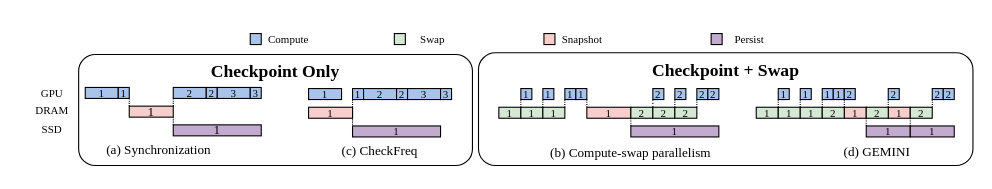
The draw.io diagram fig/pipeline_mot.drawio in icszhr/NCheck, before the edit. Source tidied: cells renumbered, new cells numbered last; positions are measured from the earlier drawing's top-left corner, leaving out a move shared by most shapes. Both pictures are drawn from the tidied source at 110%, with x=0, y=0 at pixel (19, 33).
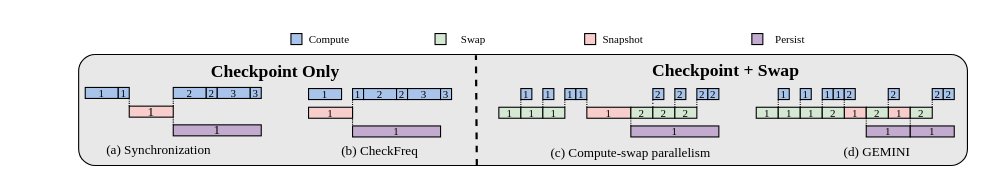
After the change.

Diff of the diagram source:
```diff
@@
-    <mxCell id="2" style="rounded=1;whiteSpace=wrap;html=1;fontFamily=Times New Roman;" parent="1" vertex="1">
-      <mxGeometry x="417.5" y="17.5" width="449.5" height="102.5" as="geometry" />
-    </mxCell>
-    <mxCell id="3" style="rounded=1;whiteSpace=wrap;html=1;fontFamily=Times New Roman;" parent="1" vertex="1">
-      <mxGeometry x="54" y="19" width="358" height="101" as="geometry" />
+    <mxCell id="3" style="rounded=1;whiteSpace=wrap;html=1;fontFamily=Times New Roman;fillColor=#E8E8E8;" parent="1" vertex="1">
+      <mxGeometry x="54" y="19" width="808" height="101" as="geometry" />
     </mxCell>
@@
     <mxCell id="8" style="whiteSpace=wrap;html=1;fillColor=#A9C4EB;fontFamily=Times New Roman;" parent="1" vertex="1">
-      <mxGeometry x="210" width="10" height="10" as="geometry" />
+      <mxGeometry x="247" width="10" height="10" as="geometry" />
     </mxCell>
     <mxCell id="9" style="whiteSpace=wrap;html=1;fillColor=#F8CECC;fontFamily=Times New Roman;" parent="1" vertex="1">
-      <mxGeometry x="477" width="10" height="10" as="geometry" />
+      <mxGeometry x="514" width="10" height="10" as="geometry" />
     </mxCell>
     <mxCell id="10" style="whiteSpace=wrap;html=1;fillColor=#D5E8D4;fontFamily=Times New Roman;" parent="1" vertex="1">
-      <mxGeometry x="341" width="10" height="10" as="geometry" />
+      <mxGeometry x="378" width="10" height="10" as="geometry" />
     </mxCell>
     <mxCell id="11" style="whiteSpace=wrap;html=1;fillColor=#C3ABD0;fontFamily=Times New Roman;" parent="1" vertex="1">
-      <mxGeometry x="629" width="10" height="10" as="geometry" />
+      <mxGeometry x="666" width="10" height="10" as="geometry" />
     </mxCell>
     <mxCell id="12" value="&lt;p style=&quot;line-height: 100%;&quot;&gt;&lt;font style=&quot;font-size: 10px;&quot;&gt;Compute&lt;/font&gt;&lt;/p&gt;" style="text;html=1;align=center;verticalAlign=middle;whiteSpace=wrap;rounded=0;fontFamily=Times New Roman;" parent="1" vertex="1">
-      <mxGeometry x="220" width="50" height="10" as="geometry" />
+      <mxGeometry x="257" width="50" height="10" as="geometry" />
     </mxCell>
     <mxCell id="13" value="&lt;p style=&quot;line-height: 100%;&quot;&gt;&lt;font style=&quot;font-size: 10px;&quot;&gt;Swap&lt;/font&gt;&lt;/p&gt;" style="text;html=1;align=center;verticalAlign=middle;whiteSpace=wrap;rounded=0;fontFamily=Times New Roman;" parent="1" vertex="1">
-      <mxGeometry x="351" width="50" height="10" as="geometry" />
+      <mxGeometry x="388" width="50" height="10" as="geometry" />
     </mxCell>
     <mxCell id="14" value="&lt;p style=&quot;line-height: 100%;&quot;&gt;&lt;span style=&quot;font-size: 10px;&quot;&gt;Snapshot&lt;/span&gt;&lt;/p&gt;" style="text;html=1;align=center;verticalAlign=middle;whiteSpace=wrap;rounded=0;fontFamily=Times New Roman;" parent="1" vertex="1">
-      <mxGeometry x="487" width="50" height="10" as="geometry" />
+      <mxGeometry x="524" width="50" height="10" as="geometry" />
     </mxCell>
     <mxCell id="15" value="&lt;p style=&quot;line-height: 100%;&quot;&gt;&lt;font style=&quot;font-size: 10px;&quot;&gt;Persist&lt;/font&gt;&lt;/p&gt;" style="text;html=1;align=center;verticalAlign=middle;whiteSpace=wrap;rounded=0;fontFamily=Times New Roman;" parent="1" vertex="1">
-      <mxGeometry x="639" width="50" height="10" as="geometry" />
+      <mxGeometry x="676" width="50" height="10" as="geometry" />
     </mxCell>
@@
-    <mxCell id="24" value="(b) Compute-swap parallelism" style="text;html=1;align=center;verticalAlign=middle;whiteSpace=wrap;rounded=0;fontFamily=Times New Roman;" parent="1" vertex="1">
+    <mxCell id="24" value="(c) Compute-swap parallelism" style="text;html=1;align=center;verticalAlign=middle;whiteSpace=wrap;rounded=0;fontFamily=Times New Roman;" parent="1" vertex="1">
       <mxGeometry x="473" y="94" width="166" height="30" as="geometry" />
     </mxCell>
-    <mxCell id="25" value="&lt;font style=&quot;font-size: 10px;&quot;&gt;GPU&lt;/font&gt;" style="text;html=1;align=center;verticalAlign=middle;whiteSpace=wrap;rounded=0;fontFamily=Times New Roman;" parent="1" vertex="1">
-      <mxGeometry y="49" width="60" height="10" as="geometry" />
-    </mxCell>
-    <mxCell id="26" value="&lt;font style=&quot;font-size: 10px;&quot;&gt;DRAM&lt;/font&gt;" style="text;html=1;align=center;verticalAlign=middle;whiteSpace=wrap;rounded=0;fontFamily=Times New Roman;" parent="1" vertex="1">
-      <mxGeometry y="64" width="60" height="11" as="geometry" />
-    </mxCell>
-    <mxCell id="27" value="&lt;font style=&quot;font-size: 10px;&quot;&gt;SSD&lt;/font&gt;" style="text;html=1;align=center;verticalAlign=middle;whiteSpace=wrap;rounded=0;fontFamily=Times New Roman;" parent="1" vertex="1">
-      <mxGeometry y="82" width="60" height="9" as="geometry" />
-    </mxCell>
-    <mxCell id="28" value="(c) CheckFreq" style="text;html=1;align=center;verticalAlign=middle;whiteSpace=wrap;rounded=0;fontFamily=Times New Roman;" parent="1" vertex="1">
+    <mxCell id="28" value="(b) CheckFreq" style="text;html=1;align=center;verticalAlign=middle;whiteSpace=wrap;rounded=0;fontFamily=Times New Roman;" parent="1" vertex="1">
       <mxGeometry x="263" y="92" width="130" height="30" as="geometry" />
     </mxCell>
@@
+    <mxCell id="91" style="endArrow=none;dashed=1;html=1;strokeWidth=2;rounded=0;entryX=0.447;entryY=0.008;entryDx=0;entryDy=0;entryPerimeter=0;exitX=0.448;exitY=1;exitDx=0;exitDy=0;exitPerimeter=0;" parent="1" edge="1" source="3" target="3">
+      <mxGeometry relative="1" as="geometry" />
+    </mxCell>
```
